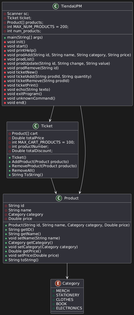
LuciaHerM/TiendaUPM keeps this PlantUML diagram as TiendaUPM_UML.png. Above is the earlier version.
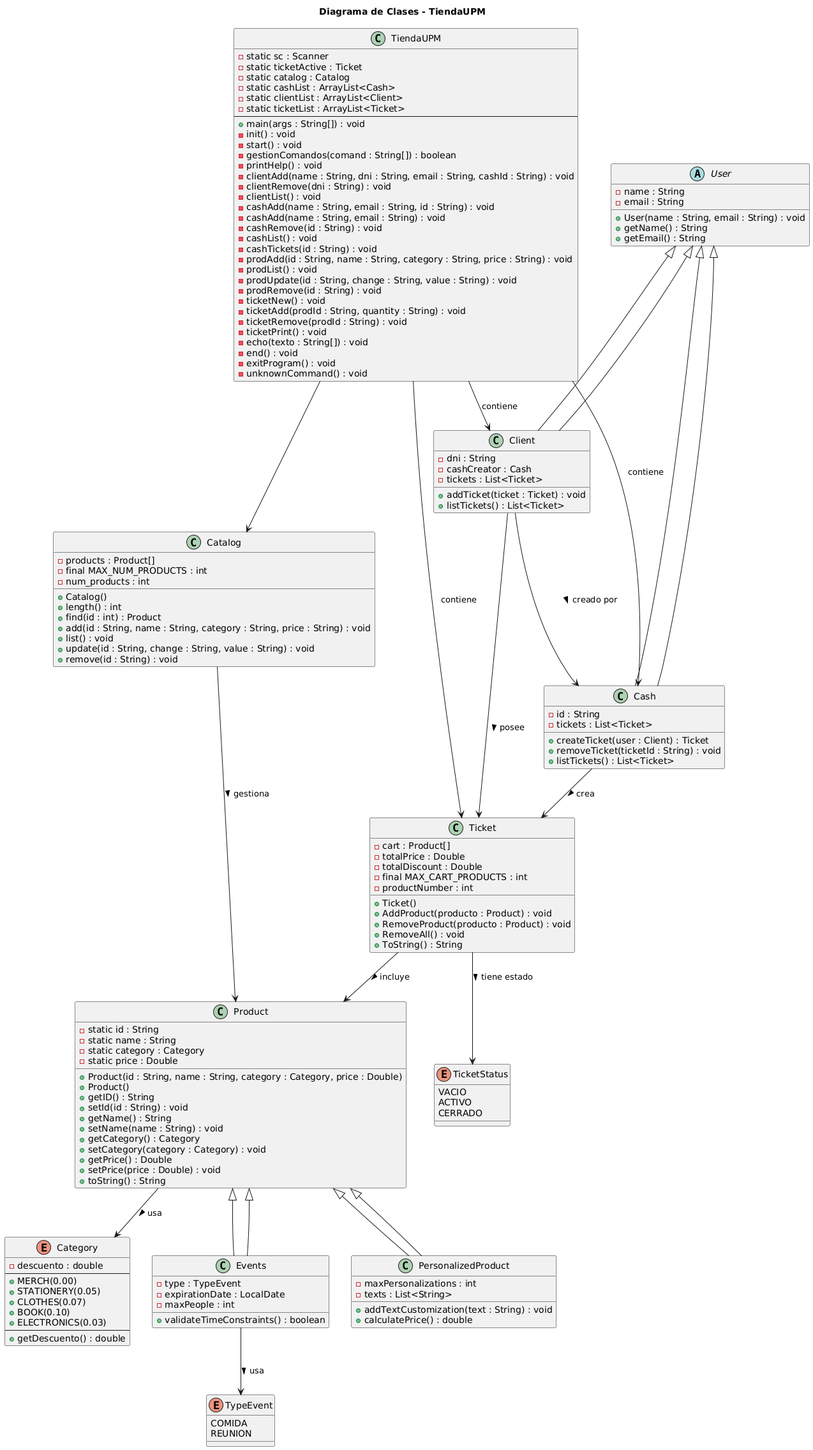
Later version of the same file.

Commit message:
Cambios en el UML

Change to the diagram source:
```diff
@@ -1,68 +1,170 @@
 @startuml
-TiendaUPM-->Ticket
-TiendaUPM-->Product
-Ticket-->Product
-Product-->Category
+title "Diagrama de Clases - TiendaUPM"
+
+enum Category {
+  - descuento : double
+  --
+  + MERCH(0.00)
+  + STATIONERY(0.05)
+  + CLOTHES(0.07)
+  + BOOK(0.10)
+  + ELECTRONICS(0.03)
+  --
+  + getDescuento() : double
+}
+
+enum TicketStatus {
+  VACIO
+  ACTIVO
+  CERRADO
+}
+
+enum TypeEvent {
+  COMIDA
+  REUNION
+}
+
+
+
+class TiendaUPM {
+  - static sc : Scanner
+  - static ticketActive : Ticket
+  - static catalog : Catalog
+  - static cashList : ArrayList<Cash>
+  - static clientList : ArrayList<Client>
+  - static ticketList : ArrayList<Ticket>
+  --
+  + main(args : String[]) : void
+  - init() : void
+  - start() : void
+  - gestionComandos(comand : String[]) : boolean
+  - printHelp() : void
+  - clientAdd(name : String, dni : String, email : String, cashId : String) : void
+  - clientRemove(dni : String) : void
+  - clientList() : void
+  - cashAdd(name : String, email : String, id : String) : void
+  - cashAdd(name : String, email : String) : void
+  - cashRemove(id : String) : void
+  - cashList() : void
+  - cashTickets(id : String) : void
+  - prodAdd(id : String, name : String, category : String, price : String) : void
+  - prodList() : void
+  - prodUpdate(id : String, change : String, value : String) : void
+  - prodRemove(id : String) : void
+  - ticketNew() : void
+  - ticketAdd(prodId : String, quantity : String) : void
+  - ticketRemove(prodId : String) : void
+  - ticketPrint() : void
+  - echo(texto : String[]) : void
+  - end() : void
+  - exitProgram() : void
+  - unknownCommand() : void
+}
+
+
+class Catalog {
+  - products : Product[]
+  - final MAX_NUM_PRODUCTS : int
+  - num_products : int
+  + Catalog()
+  + length() : int
+  + find(id : int) : Product
+  + add(id : String, name : String, category : String, price : String) : void
+  + list() : void
+  + update(id : String, change : String, value : String) : void
+  + remove(id : String) : void
+}
+
 
 class Product {
-- String id
-- String name
-- Category category
-- Double price
-+ Product(String id, String name, Category category, Double price)
-+ String getID()
-+ String getName()
-+ void setName(String name)
-+ Category getCategory()
-+ void setCategory(Category category)
-+ Double getPrice()
-+ void setPrice(Double price)
-+ String toString()
+  - static id : String
+  - static name : String
+  - static category : Category
+  - static price : Double
+  + Product(id : String, name : String, category : Category, price : Double)
+  + Product()
+  + getID() : String
+  + setId(id : String) : void
+  + getName() : String
+  + setName(name : String) : void
+  + getCategory() : Category
+  + setCategory(category : Category) : void
+  + getPrice() : Double
+  + setPrice(price : Double) : void
+  + toString() : String
 }
 
-enum Category{
-+ MERCH
-+ STATIONERY
-+ CLOTHES
-+ BOOK
-+ ELECTRONICS
+class Events extends Product {
+  - type : TypeEvent
+  - expirationDate : LocalDate
+  - maxPeople : int
+  + validateTimeConstraints() : boolean
 }
 
-class Ticket{
-- Product[] cart
-- Double totalPrice
-- int MAX_CART_PRODUCTS = 100;
-- int productNumber;
-- Double totalDiscount;
-+ Ticket()
-+ AddProduct(Product producto)
-+ RemoveProduct(Product producto)
-+ RemoveAll()
-+ String ToString()
+class PersonalizedProduct extends Product {
+  - maxPersonalizations : int
+  - texts : List<String>
+  + addTextCustomization(text : String) : void
+  + calculatePrice() : double
 }
 
-class TiendaUPM {
-- Scanner sc;
-- Ticket ticket;
-- Product[] products;
-- int MAX_NUM_PRODUCTS = 200;
-- int num_products;
-+ main(String[] args)
-- void init()
-- void start()
-- void printHelp()
-- void prodAdd(String id, String name, String category, String price)
-- void prodList()
-- void prodUpdate(String id, String change, String value)
-- void prodRemove(String id)
-- void ticketNew()
-- void ticketAdd(String prodId, String quantity)
-- void ticketRemove(String prodId)
-- void ticketPrint()
-- void echo(String texto)
-- void exitProgram()
-- void unknownCommand()
-- void end()
+class Ticket {
+  - cart : Product[]
+  - totalPrice : Double
+  - totalDiscount : Double
+  - final MAX_CART_PRODUCTS : int
+  - productNumber : int
+  + Ticket()
+  + AddProduct(producto : Product) : void
+  + RemoveProduct(producto : Product) : void
+  + RemoveAll() : void
+  + ToString() : String
+}
+abstract class User {
+ - name : String
+ - email : String
+ + User(name : String, email : String) : void
+ + getName() : String
+ + getEmail() : String
+}
 
+class Client extends User {
+  - dni : String
+  - cashCreator : Cash
+  - tickets : List<Ticket>
+  + addTicket(ticket : Ticket) : void
+  + listTickets() : List<Ticket>
 }
+
+class Cash extends User {
+  - id : String
+  - tickets : List<Ticket>
+  + createTicket(user : Client) : Ticket
+  + removeTicket(ticketId : String) : void
+  + listTickets() : List<Ticket>
+}
+
+
+TiendaUPM --> Catalog
+TiendaUPM --> Cash : contiene
+TiendaUPM --> Client : contiene
+TiendaUPM --> Ticket : contiene
+
+Catalog --> Product : gestiona >
+Ticket --> Product : incluye >
+
+Client --> Ticket : posee >
+Cash --> Ticket : crea >
+Client --> Cash : creado por >
+
+Product <|-- Events
+Product <|-- PersonalizedProduct
+
+User <|-- Client
+User <|-- Cash
+
+
+Product --> Category : usa >
+Events --> TypeEvent : usa >
+Ticket --> TicketStatus : tiene estado >
 @enduml
```
